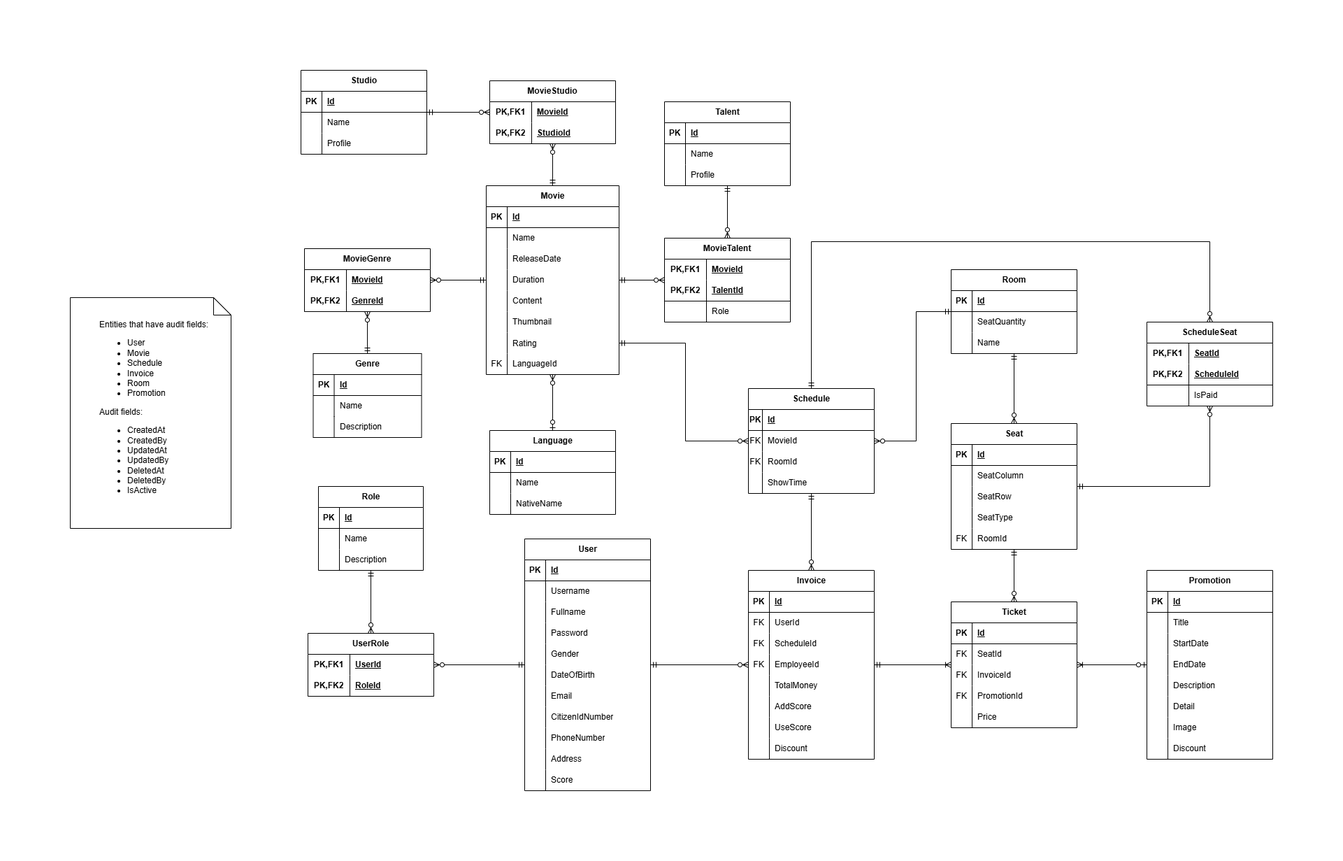
Before: design/database/ERD.png, a diagram exported from draw.io (MrAn1204/MovieManagementSystem). Source tidied: cells renumbered, new cells last; positions are measured from the earlier drawing's top-left corner, leaving out a move shared by most shapes.
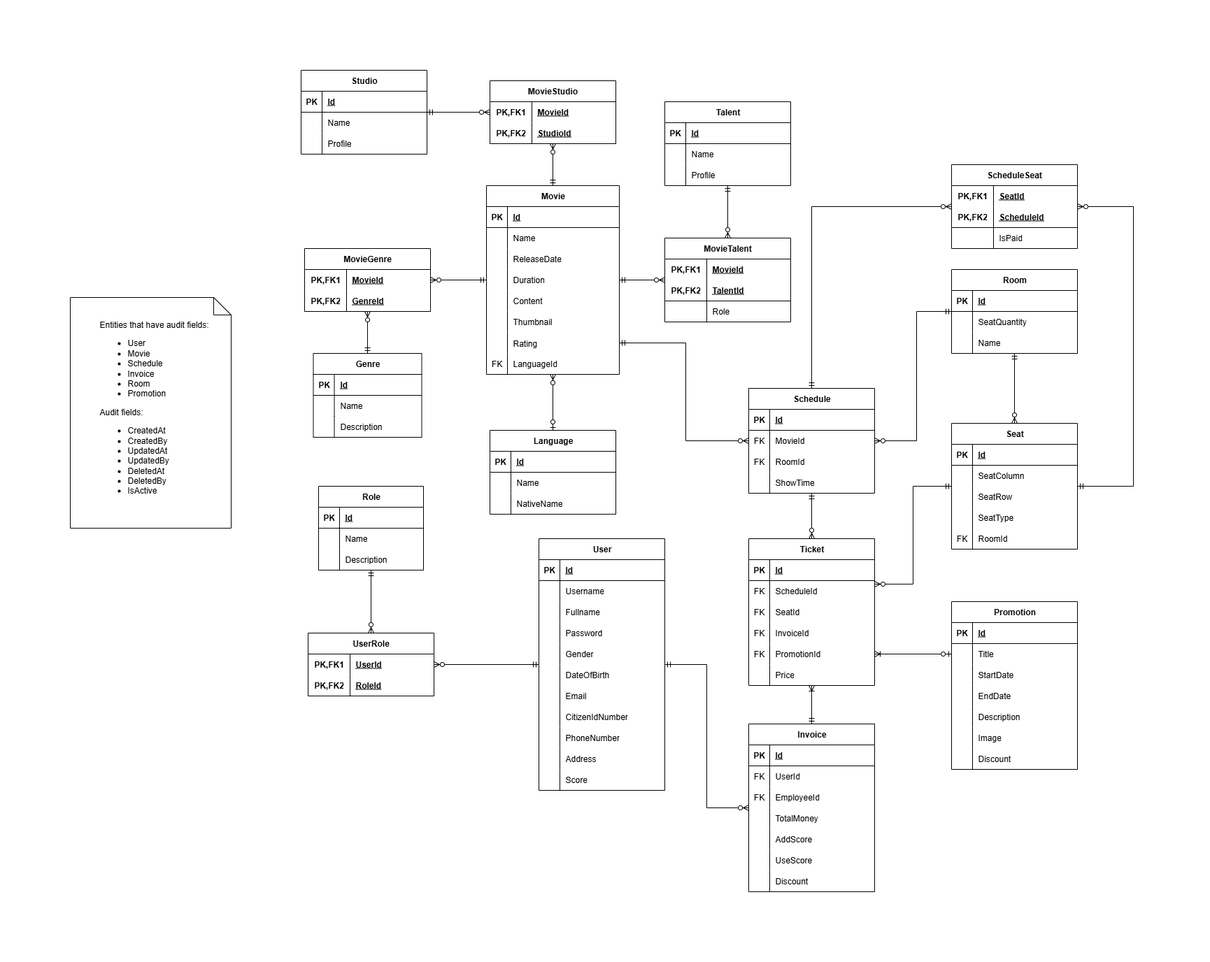
After the commit.

Commit message:
Replace Schedule - Invoice relationship with Schedule - Ticket relationship; remove redundant detail fields in Promotion

What changed in the source:
```diff
@@ -35,3 +35,3 @@
     <mxCell id="12" value="User" style="shape=table;startSize=30;rowLines=0;fontStyle=1;align=center;html=1;" parent="1" vertex="1">
-      <mxGeometry x="650" y="670" width="180" height="360" as="geometry" />
+      <mxGeometry x="670" y="670" width="180" height="360" as="geometry" />
     </mxCell>
@@ -185,3 +185,3 @@
     <mxCell id="62" value="Promotion" style="shape=table;startSize=30;rowLines=0;fontStyle=1;align=center;html=1;" parent="1" vertex="1">
-      <mxGeometry x="1540" y="715" width="180" height="270" as="geometry" />
+      <mxGeometry x="1260" y="760" width="180" height="240" as="geometry" />
     </mxCell>
@@ -232,13 +232,4 @@
     </mxCell>
-    <mxCell id="78" style="shape=tableRow;horizontal=0;startSize=0;swimlaneHead=0;swimlaneBody=0;fillColor=none;top=0;left=0;right=0;bottom=0;" parent="62" vertex="1">
-      <mxGeometry y="180" width="180" height="30" as="geometry" />
-    </mxCell>
-    <mxCell id="79" style="shape=partialRectangle;fillColor=none;top=0;left=0;bottom=0;right=0;overflow=hidden;whiteSpace=wrap;html=1;" parent="78" vertex="1">
-      <mxGeometry width="30" height="30" as="geometry" />
-    </mxCell>
-    <mxCell id="80" value="Detail" style="shape=partialRectangle;fillColor=none;top=0;left=0;bottom=0;right=0;align=left;spacingLeft=6;overflow=hidden;whiteSpace=wrap;html=1;" parent="78" vertex="1">
-      <mxGeometry x="30" width="150" height="30" as="geometry" />
-    </mxCell>
     <mxCell id="81" style="shape=tableRow;horizontal=0;startSize=0;swimlaneHead=0;swimlaneBody=0;fillColor=none;top=0;left=0;right=0;bottom=0;" parent="62" vertex="1">
-      <mxGeometry y="210" width="180" height="30" as="geometry" />
+      <mxGeometry y="180" width="180" height="30" as="geometry" />
     </mxCell>
@@ -251,3 +242,3 @@
     <mxCell id="84" style="shape=tableRow;horizontal=0;startSize=0;swimlaneHead=0;swimlaneBody=0;fillColor=none;top=0;left=0;right=0;bottom=0;" parent="62" vertex="1">
-      <mxGeometry y="240" width="180" height="30" as="geometry" />
+      <mxGeometry y="210" width="180" height="30" as="geometry" />
     </mxCell>
@@ -260,3 +251,3 @@
     <mxCell id="87" value="Ticket" style="shape=table;startSize=30;rowLines=0;fontStyle=1;align=center;html=1;" parent="1" vertex="1">
-      <mxGeometry x="1260" y="760" width="180" height="180" as="geometry" />
+      <mxGeometry x="970" y="670" width="180" height="210" as="geometry" />
     </mxCell>
@@ -271,4 +262,13 @@
     </mxCell>
+    <mxCell id="150" style="shape=tableRow;horizontal=0;startSize=0;swimlaneHead=0;swimlaneBody=0;fillColor=none;top=0;left=0;right=0;bottom=0;" parent="87" vertex="1">
+      <mxGeometry y="60" width="180" height="30" as="geometry" />
+    </mxCell>
+    <mxCell id="151" value="FK" style="shape=partialRectangle;fillColor=none;top=0;left=0;bottom=0;right=0;overflow=hidden;whiteSpace=wrap;html=1;" parent="150" vertex="1">
+      <mxGeometry width="30" height="30" as="geometry" />
+    </mxCell>
+    <mxCell id="152" value="ScheduleId" style="shape=partialRectangle;fillColor=none;top=0;left=0;bottom=0;right=0;align=left;spacingLeft=6;overflow=hidden;whiteSpace=wrap;html=1;" parent="150" vertex="1">
+      <mxGeometry x="30" width="150" height="30" as="geometry" />
+    </mxCell>
     <mxCell id="91" style="shape=tableRow;horizontal=0;startSize=0;swimlaneHead=0;swimlaneBody=0;fillColor=none;top=0;left=0;right=0;bottom=0;" parent="87" vertex="1">
-      <mxGeometry y="60" width="180" height="30" as="geometry" />
+      <mxGeometry y="90" width="180" height="30" as="geometry" />
     </mxCell>
@@ -281,3 +281,3 @@
     <mxCell id="94" style="shape=tableRow;horizontal=0;startSize=0;swimlaneHead=0;swimlaneBody=0;fillColor=none;top=0;left=0;right=0;bottom=0;" parent="87" vertex="1">
-      <mxGeometry y="90" width="180" height="30" as="geometry" />
+      <mxGeometry y="120" width="180" height="30" as="geometry" />
     </mxCell>
@@ -290,3 +290,3 @@
     <mxCell id="97" style="shape=tableRow;horizontal=0;startSize=0;swimlaneHead=0;swimlaneBody=0;fillColor=none;points=[[0,0.5],[1,0.5]];portConstraint=eastwest;top=0;left=0;right=0;bottom=0;" parent="87" vertex="1">
-      <mxGeometry y="120" width="180" height="30" as="geometry" />
+      <mxGeometry y="150" width="180" height="30" as="geometry" />
     </mxCell>
@@ -299,3 +299,3 @@
     <mxCell id="100" style="shape=tableRow;horizontal=0;startSize=0;swimlaneHead=0;swimlaneBody=0;fillColor=none;top=0;left=0;right=0;bottom=0;" parent="87" vertex="1">
-      <mxGeometry y="150" width="180" height="30" as="geometry" />
+      <mxGeometry y="180" width="180" height="30" as="geometry" />
     </mxCell>
@@ -429,7 +429,12 @@
     </mxCell>
-    <mxCell id="142" style="rounded=0;jettySize=auto;html=1;endArrow=ERmandOne;endFill=0;startArrow=ERzeroToMany;startFill=0;" parent="1" edge="1" source="87" target="59">
-      <mxGeometry relative="1" as="geometry" />
+    <mxCell id="142" style="rounded=0;jettySize=auto;html=1;endArrow=ERmandOne;endFill=0;startArrow=ERzeroToMany;startFill=0;edgeStyle=orthogonalEdgeStyle;" parent="1" edge="1" source="87" target="46">
+      <mxGeometry relative="1" as="geometry">
+        <Array as="points">
+          <mxPoint x="1205" y="735" />
+          <mxPoint x="1205" y="595" />
+        </Array>
+      </mxGeometry>
     </mxCell>
     <mxCell id="143" value="Invoice" style="shape=table;startSize=30;rowLines=0;fontStyle=1;align=center;html=1;" parent="1" vertex="1">
-      <mxGeometry x="970" y="715" width="180" height="270" as="geometry" />
+      <mxGeometry x="970" y="935" width="180" height="240" as="geometry" />
     </mxCell>
@@ -453,13 +458,4 @@
     </mxCell>
-    <mxCell id="150" style="shape=tableRow;horizontal=0;startSize=0;swimlaneHead=0;swimlaneBody=0;fillColor=none;top=0;left=0;right=0;bottom=0;" parent="143" vertex="1">
-      <mxGeometry y="90" width="180" height="30" as="geometry" />
-    </mxCell>
-    <mxCell id="151" value="FK" style="shape=partialRectangle;fillColor=none;top=0;left=0;bottom=0;right=0;overflow=hidden;whiteSpace=wrap;html=1;" parent="150" vertex="1">
-      <mxGeometry width="30" height="30" as="geometry" />
-    </mxCell>
-    <mxCell id="152" value="ScheduleId" style="shape=partialRectangle;fillColor=none;top=0;left=0;bottom=0;right=0;align=left;spacingLeft=6;overflow=hidden;whiteSpace=wrap;html=1;" parent="150" vertex="1">
-      <mxGeometry x="30" width="150" height="30" as="geometry" />
-    </mxCell>
     <mxCell id="153" style="shape=tableRow;horizontal=0;startSize=0;swimlaneHead=0;swimlaneBody=0;fillColor=none;top=0;left=0;right=0;bottom=0;" parent="143" vertex="1">
-      <mxGeometry y="120" width="180" height="30" as="geometry" />
+      <mxGeometry y="90" width="180" height="30" as="geometry" />
     </mxCell>
@@ -472,3 +468,3 @@
     <mxCell id="156" style="shape=tableRow;horizontal=0;startSize=0;swimlaneHead=0;swimlaneBody=0;fillColor=none;top=0;left=0;right=0;bottom=0;" parent="143" vertex="1">
-      <mxGeometry y="150" width="180" height="30" as="geometry" />
+      <mxGeometry y="120" width="180" height="30" as="geometry" />
     </mxCell>
@@ -481,3 +477,3 @@
     <mxCell id="159" style="shape=tableRow;horizontal=0;startSize=0;swimlaneHead=0;swimlaneBody=0;fillColor=none;top=0;left=0;right=0;bottom=0;" parent="143" vertex="1">
-      <mxGeometry y="180" width="180" height="30" as="geometry" />
+      <mxGeometry y="150" width="180" height="30" as="geometry" />
     </mxCell>
@@ -490,3 +486,3 @@
     <mxCell id="162" style="shape=tableRow;horizontal=0;startSize=0;swimlaneHead=0;swimlaneBody=0;fillColor=none;top=0;left=0;right=0;bottom=0;" parent="143" vertex="1">
-      <mxGeometry y="210" width="180" height="30" as="geometry" />
+      <mxGeometry y="180" width="180" height="30" as="geometry" />
     </mxCell>
@@ -499,3 +495,3 @@
     <mxCell id="165" style="shape=tableRow;horizontal=0;startSize=0;swimlaneHead=0;swimlaneBody=0;fillColor=none;top=0;left=0;right=0;bottom=0;" parent="143" vertex="1">
-      <mxGeometry y="240" width="180" height="30" as="geometry" />
+      <mxGeometry y="210" width="180" height="30" as="geometry" />
     </mxCell>
@@ -510,6 +506,6 @@
     </mxCell>
-    <mxCell id="169" style="fontSize=12;html=1;endArrow=ERzeroToMany;startArrow=ERmandOne;rounded=0;endFill=0;" parent="1" edge="1" source="12" target="143">
+    <mxCell id="169" style="fontSize=12;html=1;endArrow=ERzeroToMany;startArrow=ERmandOne;rounded=0;endFill=0;edgeStyle=orthogonalEdgeStyle;" parent="1" edge="1" source="12" target="143">
       <mxGeometry relative="1" as="geometry" />
     </mxCell>
-    <mxCell id="170" style="rounded=0;jettySize=auto;html=1;endArrow=ERmandOne;endFill=0;startArrow=ERzeroToMany;startFill=0;exitX=0.5;exitY=0;exitDx=0;exitDy=0;" parent="1" edge="1" source="143" target="184">
+    <mxCell id="170" style="rounded=0;jettySize=auto;html=1;endArrow=ERmandOne;endFill=0;startArrow=ERzeroToMany;startFill=0;" parent="1" edge="1" source="87" target="184">
       <mxGeometry relative="1" as="geometry" />
@@ -567,6 +563,6 @@
     <mxCell id="186" value="PK" style="shape=partialRectangle;fillColor=none;top=0;left=0;bottom=0;right=0;fontStyle=1;overflow=hidden;whiteSpace=wrap;html=1;" parent="185" vertex="1">
-      <mxGeometry width="20" height="30" as="geometry" />
+      <mxGeometry width="30" height="30" as="geometry" />
     </mxCell>
     <mxCell id="187" value="Id" style="shape=partialRectangle;fillColor=none;top=0;left=0;bottom=0;right=0;align=left;spacingLeft=6;fontStyle=5;overflow=hidden;whiteSpace=wrap;html=1;" parent="185" vertex="1">
-      <mxGeometry x="20" width="160" height="30" as="geometry" />
+      <mxGeometry x="30" width="150" height="30" as="geometry" />
     </mxCell>
@@ -576,6 +572,6 @@
     <mxCell id="189" value="&lt;span&gt;FK&lt;/span&gt;" style="shape=partialRectangle;fillColor=none;top=0;left=0;bottom=0;right=0;overflow=hidden;whiteSpace=wrap;html=1;fontStyle=0;" parent="188" vertex="1">
-      <mxGeometry width="20" height="30" as="geometry" />
+      <mxGeometry width="30" height="30" as="geometry" />
     </mxCell>
     <mxCell id="190" value="MovieId" style="shape=partialRectangle;fillColor=none;top=0;left=0;bottom=0;right=0;align=left;spacingLeft=6;overflow=hidden;whiteSpace=wrap;html=1;" parent="188" vertex="1">
-      <mxGeometry x="20" width="160" height="30" as="geometry" />
+      <mxGeometry x="30" width="150" height="30" as="geometry" />
     </mxCell>
@@ -585,6 +581,6 @@
     <mxCell id="192" value="&lt;span&gt;FK&lt;/span&gt;" style="shape=partialRectangle;fillColor=none;top=0;left=0;bottom=0;right=0;overflow=hidden;whiteSpace=wrap;html=1;fontStyle=0;" parent="191" vertex="1">
-      <mxGeometry width="20" height="30" as="geometry" />
+      <mxGeometry width="30" height="30" as="geometry" />
     </mxCell>
     <mxCell id="193" value="RoomId" style="shape=partialRectangle;fillColor=none;top=0;left=0;bottom=0;right=0;align=left;spacingLeft=6;overflow=hidden;whiteSpace=wrap;html=1;" parent="191" vertex="1">
-      <mxGeometry x="20" width="160" height="30" as="geometry" />
+      <mxGeometry x="30" width="150" height="30" as="geometry" />
     </mxCell>
@@ -594,6 +590,6 @@
     <mxCell id="195" style="shape=partialRectangle;fillColor=none;top=0;left=0;bottom=0;right=0;overflow=hidden;whiteSpace=wrap;html=1;" parent="194" vertex="1">
-      <mxGeometry width="20" height="30" as="geometry" />
+      <mxGeometry width="30" height="30" as="geometry" />
     </mxCell>
     <mxCell id="196" value="ShowTime" style="shape=partialRectangle;fillColor=none;top=0;left=0;bottom=0;right=0;align=left;spacingLeft=6;overflow=hidden;whiteSpace=wrap;html=1;" parent="194" vertex="1">
-      <mxGeometry x="20" width="160" height="30" as="geometry" />
+      <mxGeometry x="30" width="150" height="30" as="geometry" />
     </mxCell>
@@ -602,4 +598,3 @@
         <Array as="points">
-          <mxPoint x="1060" y="245" />
-          <mxPoint x="1630" y="245" />
+          <mxPoint x="1060" y="195" />
         </Array>
@@ -608,3 +603,3 @@
     <mxCell id="198" value="&lt;span style=&quot;text-wrap-mode: nowrap;&quot;&gt;ScheduleSeat&lt;/span&gt;" style="shape=table;startSize=30;rowLines=0;fontStyle=1;align=center;html=1;whiteSpace=wrap;" parent="1" vertex="1">
-      <mxGeometry x="1540" y="360" width="180" height="120" as="geometry" />
+      <mxGeometry x="1260" y="135" width="180" height="120" as="geometry" />
     </mxCell>
@@ -638,5 +633,10 @@
     <mxCell id="208" style="rounded=0;jettySize=auto;html=1;endArrow=ERzeroToMany;endFill=0;startArrow=ERmandOne;startFill=0;edgeStyle=orthogonalEdgeStyle;" parent="1" edge="1" source="46" target="198">
-      <mxGeometry relative="1" as="geometry" />
+      <mxGeometry relative="1" as="geometry">
+        <Array as="points">
+          <mxPoint x="1520" y="595" />
+          <mxPoint x="1520" y="195" />
+        </Array>
+      </mxGeometry>
     </mxCell>
-    <mxCell id="209" style="fontSize=12;html=1;endArrow=ERoneToMany;startArrow=ERzeroToOne;rounded=0;endFill=0;startFill=0;" parent="1" edge="1" source="62" target="87">
+    <mxCell id="209" style="fontSize=12;html=1;endArrow=ERoneToMany;startArrow=ERzeroToOne;rounded=0;endFill=0;startFill=0;exitX=0;exitY=0.5;exitDx=0;exitDy=0;entryX=1;entryY=0.5;entryDx=0;entryDy=0;" parent="1" edge="1" source="66" target="97">
       <mxGeometry relative="1" as="geometry" />
```
